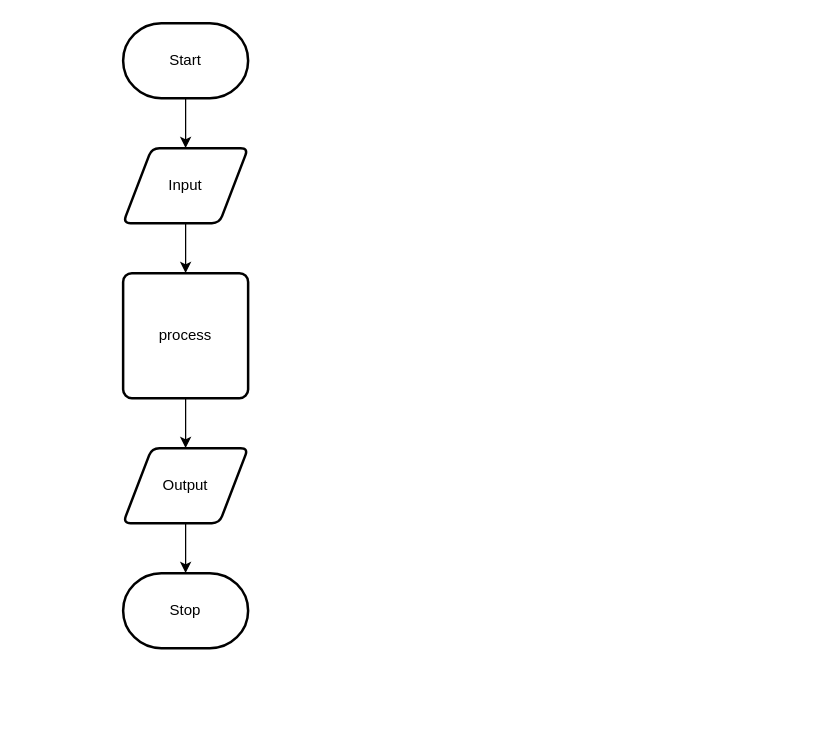
Before: design/flow-chart.drawio in Kenny-Le-281/ICS2O-Unit6-02-HTML, a draw.io diagram. Source tidied: cells renumbered, new cells numbered last; positions are measured from the earlier drawing's top-left corner, leaving out a move shared by most shapes. Both pictures are drawn from the tidied source at 125%, with x=0, y=0 at pixel (122, 22).
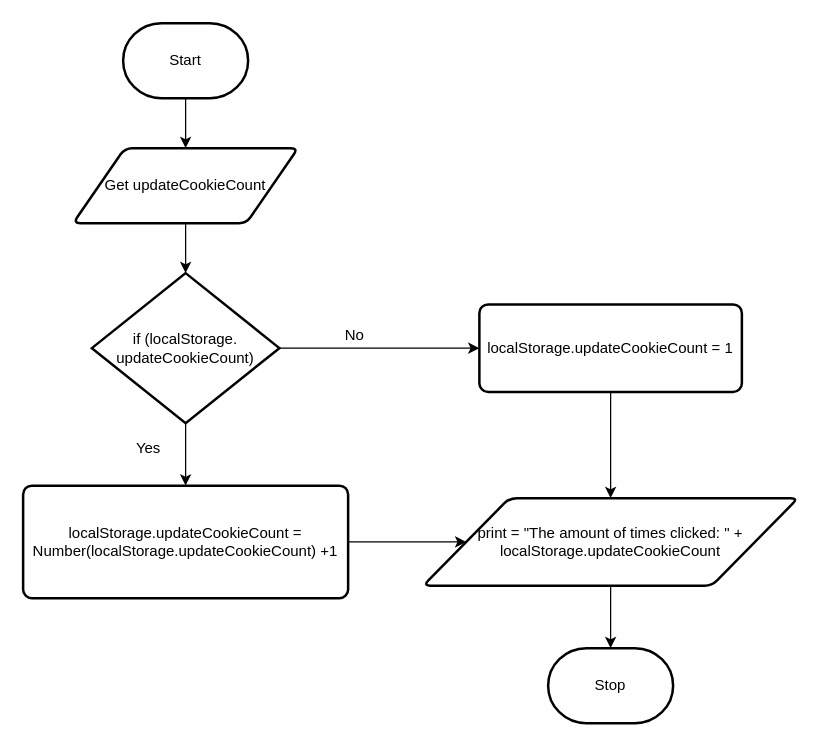
The same diagram, later.

What changed in the source:
```diff
@@
 <mxGraphModel>
   <root>
     <mxCell id="0" />
     <mxCell id="1" parent="0" />
     <mxCell id="2" style="edgeStyle=none;html=1;" parent="1" edge="1" source="3" target="5">
       <mxGeometry relative="1" as="geometry" />
     </mxCell>
     <mxCell id="3" value="Start" style="strokeWidth=2;html=1;shape=mxgraph.flowchart.terminator;whiteSpace=wrap;" parent="1" vertex="1">
       <mxGeometry width="100" height="60" as="geometry" />
     </mxCell>
-    <mxCell id="4" style="edgeStyle=none;html=1;" parent="1" edge="1" source="5" target="7">
-      <mxGeometry relative="1" as="geometry" />
-    </mxCell>
+    <mxCell id="11" style="edgeStyle=none;html=1;" parent="1" edge="1" source="5" target="8">
+      <mxGeometry relative="1" as="geometry" />
+    </mxCell>
-    <mxCell id="5" value="Input" style="shape=parallelogram;html=1;strokeWidth=2;perimeter=parallelogramPerimeter;whiteSpace=wrap;rounded=1;arcSize=12;size=0.23;" parent="1" vertex="1">
-      <mxGeometry y="100" width="100" height="60" as="geometry" />
+    <mxCell id="5" value="Get&amp;nbsp;updateCookieCount" style="shape=parallelogram;html=1;strokeWidth=2;perimeter=parallelogramPerimeter;whiteSpace=wrap;rounded=1;arcSize=12;size=0.23;" parent="1" vertex="1">
+      <mxGeometry x="-40" y="100" width="180" height="60" as="geometry" />
     </mxCell>
-    <mxCell id="6" style="edgeStyle=none;html=1;" parent="1" edge="1" source="7" target="9">
-      <mxGeometry relative="1" as="geometry" />
-    </mxCell>
-    <mxCell id="7" value="process" style="rounded=1;whiteSpace=wrap;html=1;absoluteArcSize=1;arcSize=14;strokeWidth=2;" parent="1" vertex="1">
-      <mxGeometry y="200" width="100" height="100" as="geometry" />
-    </mxCell>
+    <mxCell id="12" style="edgeStyle=none;html=1;entryX=0.5;entryY=0;entryDx=0;entryDy=0;" parent="1" edge="1" source="8" target="15">
+      <mxGeometry relative="1" as="geometry" />
+    </mxCell>
+    <mxCell id="13" style="edgeStyle=none;html=1;entryX=0;entryY=0.5;entryDx=0;entryDy=0;" parent="1" edge="1" source="8" target="17">
+      <mxGeometry relative="1" as="geometry" />
+    </mxCell>
-    <mxCell id="8" style="edgeStyle=none;html=1;" parent="1" edge="1" source="9" target="10">
-      <mxGeometry relative="1" as="geometry" />
+    <mxCell id="8" value="if (localStorage.&lt;br&gt;updateCookieCount)" style="strokeWidth=2;html=1;shape=mxgraph.flowchart.decision;whiteSpace=wrap;" parent="1" vertex="1">
+      <mxGeometry x="-25" y="200" width="150" height="120" as="geometry" />
     </mxCell>
-    <mxCell id="9" value="Output" style="shape=parallelogram;html=1;strokeWidth=2;perimeter=parallelogramPerimeter;whiteSpace=wrap;rounded=1;arcSize=12;size=0.23;" parent="1" vertex="1">
-      <mxGeometry y="340" width="100" height="60" as="geometry" />
-    </mxCell>
+    <mxCell id="14" style="edgeStyle=none;html=1;" parent="1" edge="1" source="15" target="19">
+      <mxGeometry relative="1" as="geometry" />
+    </mxCell>
+    <mxCell id="15" value="localStorage.updateCookieCount = Number(localStorage.updateCookieCount) +1" style="rounded=1;whiteSpace=wrap;html=1;absoluteArcSize=1;arcSize=14;strokeWidth=2;" parent="1" vertex="1">
+      <mxGeometry x="-80" y="370" width="260" height="90" as="geometry" />
+    </mxCell>
+    <mxCell id="16" style="edgeStyle=none;html=1;entryX=0.5;entryY=0;entryDx=0;entryDy=0;" parent="1" edge="1" source="17" target="19">
+      <mxGeometry relative="1" as="geometry" />
+    </mxCell>
+    <mxCell id="17" value="localStorage.updateCookieCount = 1" style="rounded=1;whiteSpace=wrap;html=1;absoluteArcSize=1;arcSize=14;strokeWidth=2;" parent="1" vertex="1">
+      <mxGeometry x="285" y="225" width="210" height="70" as="geometry" />
+    </mxCell>
+    <mxCell id="18" style="edgeStyle=none;html=1;entryX=0.5;entryY=0;entryDx=0;entryDy=0;entryPerimeter=0;" parent="1" edge="1" source="19" target="10">
+      <mxGeometry relative="1" as="geometry" />
+    </mxCell>
+    <mxCell id="19" value="print = &quot;The amount of times clicked: &quot; + localStorage.updateCookieCount" style="shape=parallelogram;html=1;strokeWidth=2;perimeter=parallelogramPerimeter;whiteSpace=wrap;rounded=1;arcSize=12;size=0.23;" parent="1" vertex="1">
+      <mxGeometry x="240" y="380" width="300" height="70" as="geometry" />
+    </mxCell>
     <mxCell id="10" value="Stop" style="strokeWidth=2;html=1;shape=mxgraph.flowchart.terminator;whiteSpace=wrap;" parent="1" vertex="1">
-      <mxGeometry y="440" width="100" height="60" as="geometry" />
+      <mxGeometry x="340" y="500" width="100" height="60" as="geometry" />
     </mxCell>
+    <mxCell id="20" value="Yes" style="text;html=1;align=center;verticalAlign=middle;fillColor=none;strokeColor=none;rounded=0;" parent="1" vertex="1">
+      <mxGeometry y="330" width="40" height="20" as="geometry" />
+    </mxCell>
+    <mxCell id="21" value="No" style="text;html=1;align=center;verticalAlign=middle;fillColor=none;strokeColor=none;rounded=0;" parent="1" vertex="1">
+      <mxGeometry x="170" y="240" width="30" height="20" as="geometry" />
+    </mxCell>
   </root>
 </mxGraphModel>
```
